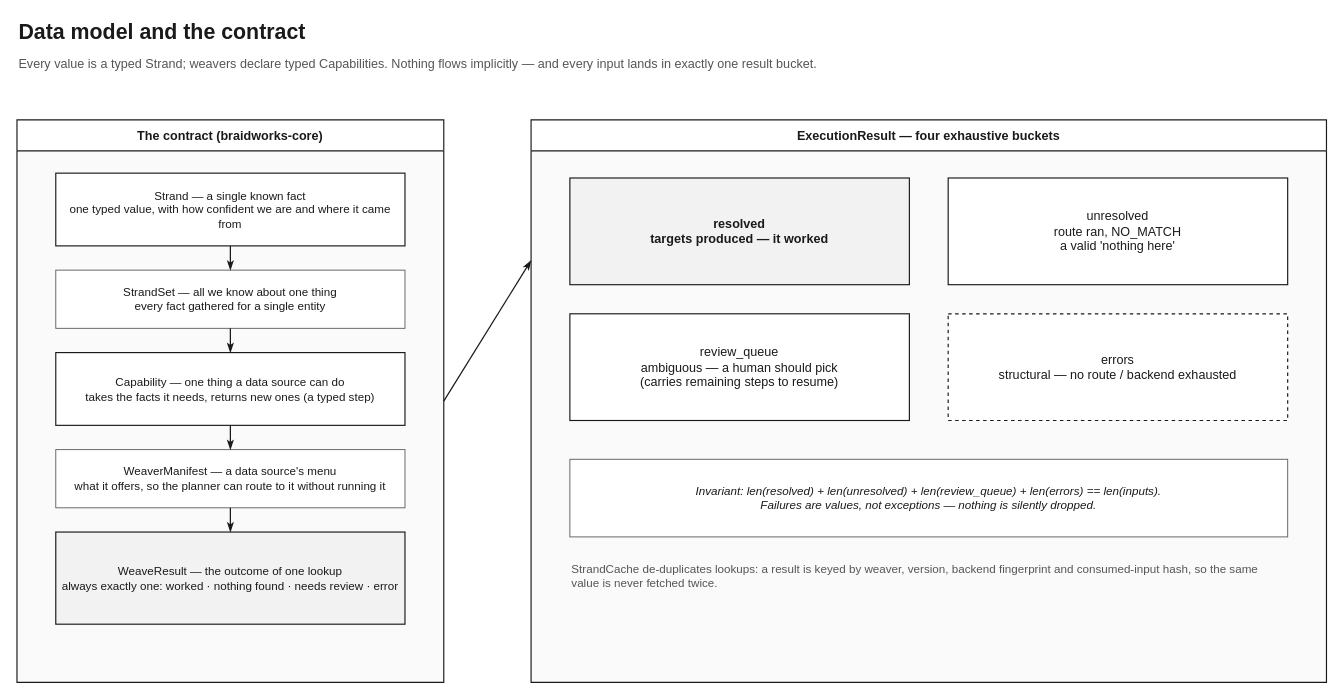
Earlier version of the draw.io diagram page "Data model and contract" (3 of 6) of docs/diagrams/braidworks_portfolio_diagrams.drawio (rafaelmdc/braidworks). Source tidied: cells renumbered, new cells numbered last; positions are measured from the earlier drawing's top-left corner, leaving out a move shared by most shapes. Both pictures are drawn from the tidied source at 97%, with x=0, y=0 at pixel (16, 16).
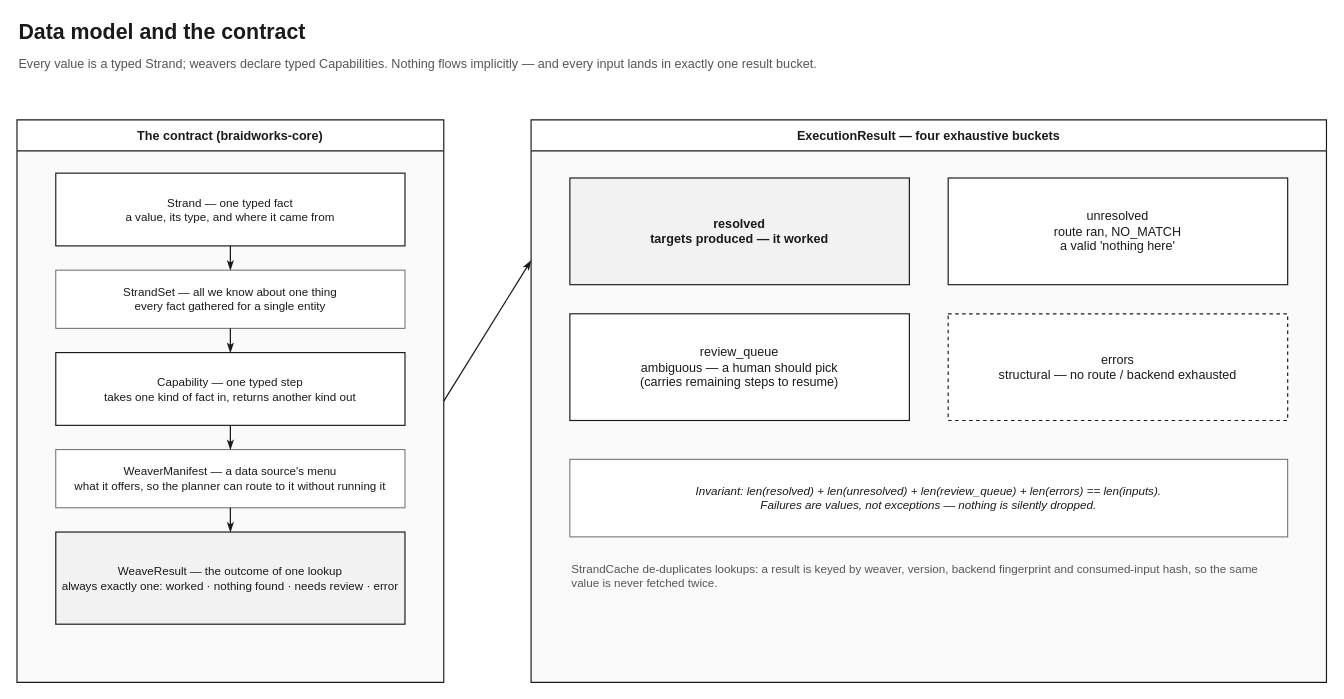
Above is the later version.

Commit message (it also covers changes not shown here):
docs(diagrams): plain-strand contract cards + TP53→pathways/GO hero braid

Unchanged cells that the change refers to:
```xml
<mxCell id="4" value="The contract (braidworks-core)" style="swimlane;whiteSpace=wrap;html=1;startSize=32;rounded=0;fillColor=#FFFFFF;strokeColor=#1A1A1A;fontColor=#1A1A1A;fontSize=13;fontStyle=1;fontFamily=Helvetica;strokeWidth=1.2;swimlaneFillColor=#FAFAFA;" parent="1" vertex="1">
  <mxGeometry y="106" width="440" height="580" as="geometry" />
</mxCell>
```

The edit, as a diff of the source:
```diff
@@
-    <mxCell id="5" value="Strand — a single known fact&#10;one typed value, with how confident we are and where it came from" style="rounded=0;whiteSpace=wrap;html=1;fillColor=#FFFFFF;strokeColor=#1A1A1A;fontColor=#1A1A1A;fontSize=12;fontFamily=Helvetica;strokeWidth=1.2;" parent="4" vertex="1">
+    <mxCell id="5" value="Strand — one typed fact&#10;a value, its type, and where it came from" style="rounded=0;whiteSpace=wrap;html=1;fillColor=#FFFFFF;strokeColor=#1A1A1A;fontColor=#1A1A1A;fontSize=12;fontFamily=Helvetica;strokeWidth=1.2;" parent="4" vertex="1">
       <mxGeometry x="40" y="55" width="360" height="75" as="geometry" />
     </mxCell>
@@
-    <mxCell id="7" value="Capability — one thing a data source can do&#10;takes the facts it needs, returns new ones (a typed step)" style="rounded=0;whiteSpace=wrap;html=1;fillColor=#FFFFFF;strokeColor=#1A1A1A;fontColor=#1A1A1A;fontSize=12;fontFamily=Helvetica;strokeWidth=1.2;" parent="4" vertex="1">
+    <mxCell id="7" value="Capability — one typed step&#10;takes one kind of fact in, returns another kind out" style="rounded=0;whiteSpace=wrap;html=1;fillColor=#FFFFFF;strokeColor=#1A1A1A;fontColor=#1A1A1A;fontSize=12;fontFamily=Helvetica;strokeWidth=1.2;" parent="4" vertex="1">
       <mxGeometry x="40" y="240" width="360" height="75" as="geometry" />
     </mxCell>
```
